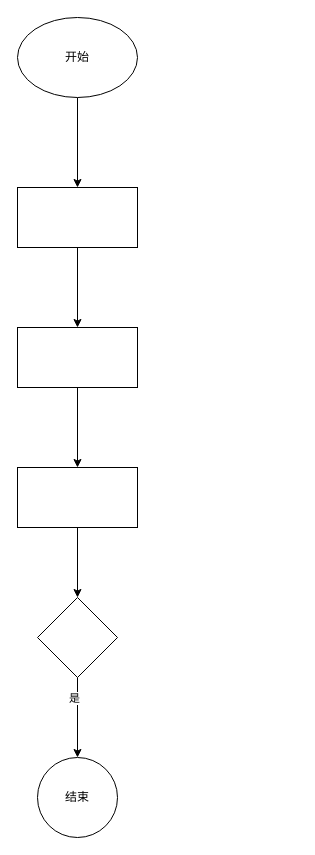
Earlier version of the draw.io diagram 测试.drawio (huangzhaoyang/test). Source tidied: cells renumbered, new cells numbered last; positions are measured from the earlier drawing's top-left corner, leaving out a move shared by most shapes. Both pictures are drawn from the tidied source at 100%, with x=0, y=0 at pixel (17, 17).
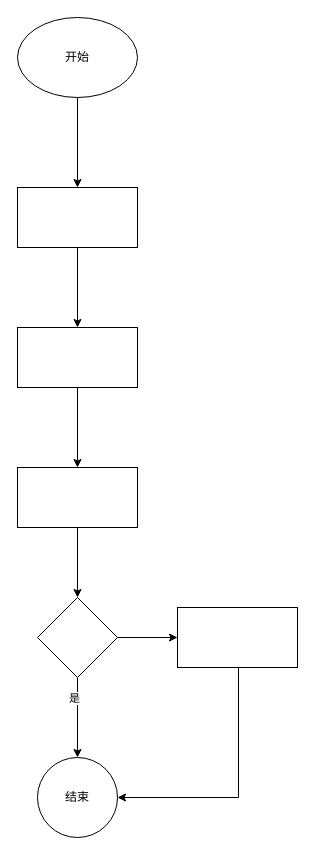
After the change.

What changed in the source:
```diff
@@
 <mxGraphModel>
   <root>
     <mxCell id="0" />
     <mxCell id="1" parent="0" />
     <mxCell id="2" style="edgeStyle=orthogonalEdgeStyle;rounded=0;jettySize=auto;html=1;" parent="1" edge="1" source="3" target="5">
       <mxGeometry relative="1" as="geometry" />
     </mxCell>
     <mxCell id="3" value="开始" style="ellipse;whiteSpace=wrap;html=1;" parent="1" vertex="1">
       <mxGeometry width="120" height="80" as="geometry" />
     </mxCell>
     <mxCell id="4" style="edgeStyle=orthogonalEdgeStyle;rounded=0;jettySize=auto;html=1;" parent="1" edge="1" source="5" target="7">
       <mxGeometry relative="1" as="geometry" />
     </mxCell>
     <mxCell id="5" style="whiteSpace=wrap;html=1;" parent="1" vertex="1">
       <mxGeometry y="170" width="120" height="60" as="geometry" />
     </mxCell>
     <mxCell id="6" style="edgeStyle=orthogonalEdgeStyle;rounded=0;jettySize=auto;html=1;" parent="1" edge="1" source="7" target="9">
       <mxGeometry relative="1" as="geometry" />
     </mxCell>
     <mxCell id="7" style="whiteSpace=wrap;html=1;" parent="1" vertex="1">
       <mxGeometry y="310" width="120" height="60" as="geometry" />
     </mxCell>
     <mxCell id="8" style="edgeStyle=orthogonalEdgeStyle;rounded=0;jettySize=auto;html=1;" parent="1" edge="1" source="9" target="12">
       <mxGeometry relative="1" as="geometry" />
     </mxCell>
     <mxCell id="9" style="whiteSpace=wrap;html=1;" parent="1" vertex="1">
       <mxGeometry y="450" width="120" height="60" as="geometry" />
     </mxCell>
     <mxCell id="10" style="edgeStyle=orthogonalEdgeStyle;rounded=0;jettySize=auto;html=1;" parent="1" edge="1" source="12" target="13">
       <mxGeometry relative="1" as="geometry" />
     </mxCell>
     <mxCell id="11" value="是" style="edgeLabel;html=1;align=center;verticalAlign=middle;" parent="10" vertex="1">
       <mxGeometry x="-0.5" y="-4" relative="1" as="geometry" />
     </mxCell>
+    <mxCell id="14" style="edgeStyle=orthogonalEdgeStyle;rounded=0;jettySize=auto;html=1;" parent="1" edge="1" source="12" target="16">
+      <mxGeometry relative="1" as="geometry" />
+    </mxCell>
     <mxCell id="12" style="rhombus;whiteSpace=wrap;html=1;" parent="1" vertex="1">
       <mxGeometry x="20" y="580" width="80" height="80" as="geometry" />
     </mxCell>
     <mxCell id="13" value="结束" style="ellipse;whiteSpace=wrap;html=1;" parent="1" vertex="1">
       <mxGeometry x="20" y="740" width="80" height="80" as="geometry" />
     </mxCell>
+    <mxCell id="15" style="edgeStyle=orthogonalEdgeStyle;rounded=0;jettySize=auto;html=1;" parent="1" edge="1" target="13">
+      <mxGeometry relative="1" as="geometry">
+        <mxPoint x="270" y="630" as="sourcePoint" />
+        <Array as="points">
+          <mxPoint x="221" y="630" />
+          <mxPoint x="221" y="780" />
+        </Array>
+      </mxGeometry>
+    </mxCell>
+    <mxCell id="16" style="whiteSpace=wrap;html=1;" parent="1" vertex="1">
+      <mxGeometry x="160" y="590" width="120" height="60" as="geometry" />
+    </mxCell>
   </root>
 </mxGraphModel>
```
